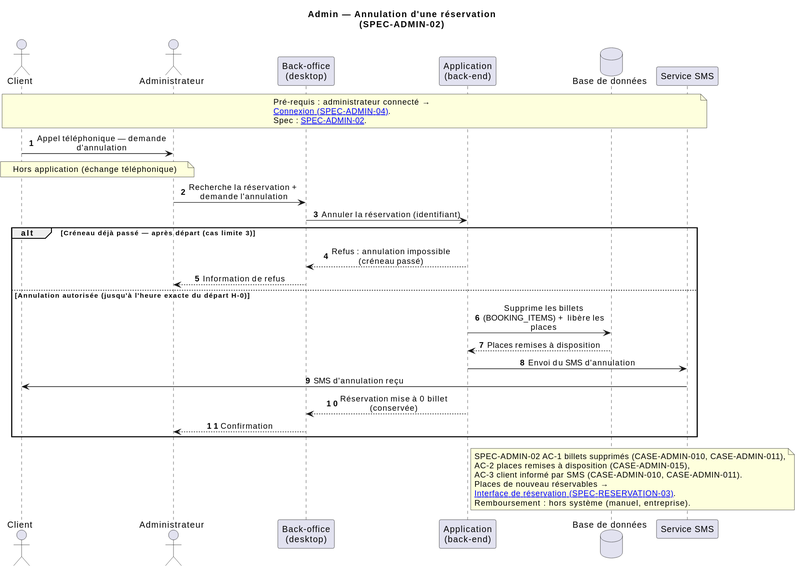
This is concept/uml/sequences/admin-annulation-reservation.svg from Pinguin211/Ti_Baleine, a PlantUML export, as it was before one commit. The source it was exported from:
```plantuml
@startuml
title Admin — Annulation d'une réservation\n(SPEC-ADMIN-02)

skinparam sequenceMessageAlign center
skinparam maxMessageSize 240
autonumber

actor "Client" as Client
actor "Administrateur" as Admin
participant "Back-office\n(desktop)" as BO
participant "Application\n(back-end)" as App
database "Base de données" as BDD
participant "Service SMS" as SMS

note over Client, SMS
  Pré-requis : administrateur connecté →
  [[admin-login.svg Connexion (SPEC-ADMIN-04)]].
  Spec : [[../../../specs/admin.md SPEC-ADMIN-02]].
end note

Client -> Admin : Appel téléphonique — demande d'annulation
note over Client, Admin : Hors application (échange téléphonique)
Admin -> BO : Recherche la réservation + demande l'annulation
BO -> App : Annuler la réservation (identifiant)
alt Créneau déjà passé — après départ (cas limite 3)
    App --> BO : Refus : annulation impossible (créneau passé)
    BO --> Admin : Information de refus
else Annulation autorisée (jusqu'à l'heure exacte du départ H-0)
    App -> BDD : Supprime les billets (BOOKING_ITEMS) + libère les places
    BDD --> App : Places remises à disposition
    App -> SMS : Envoi du SMS d'annulation
    SMS -> Client : SMS d'annulation reçu
    App --> BO : Réservation mise à 0 billet (conservée)
    BO --> Admin : Confirmation
end
note right of App
  SPEC-ADMIN-02 AC-1 billets supprimés (CASE-ADMIN-010, CASE-ADMIN-011),
  AC-2 places remises à disposition (CASE-ADMIN-015),
  AC-3 client informé par SMS (CASE-ADMIN-010, CASE-ADMIN-011).
  Places de nouveau réservables →
  [[reservation-1-consultation-a-paiement.svg Interface de réservation (SPEC-RESERVATION-03)]].
  Remboursement : hors système (manuel, entreprise).
end note
@enduml
```
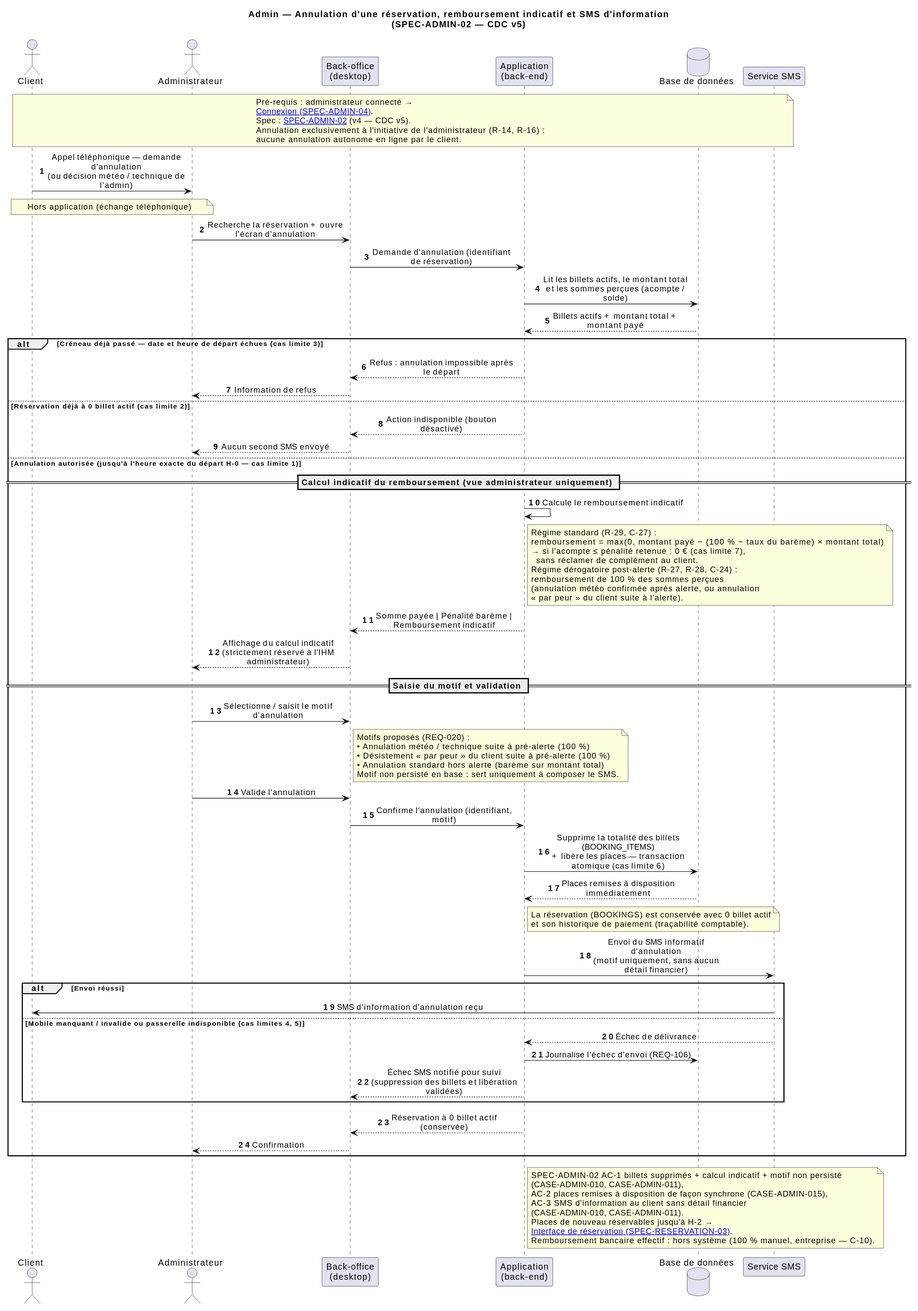
The same file after the commit.

The edit, as a diff of the source:
```diff
@@ -1,5 +1,5 @@
 @startuml
-title Admin — Annulation d'une réservation\n(SPEC-ADMIN-02)
+title Admin — Annulation d'une réservation, remboursement indicatif et SMS d'information\n(SPEC-ADMIN-02 — CDC v5)
 
 skinparam sequenceMessageAlign center
 skinparam maxMessageSize 240
@@ -15,30 +15,79 @@
 note over Client, SMS
   Pré-requis : administrateur connecté →
   [[admin-login.svg Connexion (SPEC-ADMIN-04)]].
-  Spec : [[../../../specs/admin.md SPEC-ADMIN-02]].
+  Spec : [[../../../specs/admin.md SPEC-ADMIN-02]] (v4 — CDC v5).
+  Annulation exclusivement à l'initiative de l'administrateur (R-14, R-16) :
+  aucune annulation autonome en ligne par le client.
 end note
 
-Client -> Admin : Appel téléphonique — demande d'annulation
+Client -> Admin : Appel téléphonique — demande d'annulation\n(ou décision météo / technique de l'admin)
 note over Client, Admin : Hors application (échange téléphonique)
-Admin -> BO : Recherche la réservation + demande l'annulation
-BO -> App : Annuler la réservation (identifiant)
-alt Créneau déjà passé — après départ (cas limite 3)
-    App --> BO : Refus : annulation impossible (créneau passé)
+Admin -> BO : Recherche la réservation + ouvre l'écran d'annulation
+BO -> App : Demande d'annulation (identifiant de réservation)
+App -> BDD : Lit les billets actifs, le montant total\net les sommes perçues (acompte / solde)
+BDD --> App : Billets actifs + montant total + montant payé
+
+alt Créneau déjà passé — date et heure de départ échues (cas limite 3)
+    App --> BO : Refus : annulation impossible après le départ
     BO --> Admin : Information de refus
-else Annulation autorisée (jusqu'à l'heure exacte du départ H-0)
-    App -> BDD : Supprime les billets (BOOKING_ITEMS) + libère les places
-    BDD --> App : Places remises à disposition
-    App -> SMS : Envoi du SMS d'annulation
-    SMS -> Client : SMS d'annulation reçu
-    App --> BO : Réservation mise à 0 billet (conservée)
+else Réservation déjà à 0 billet actif (cas limite 2)
+    App --> BO : Action indisponible (bouton désactivé)
+    BO --> Admin : Aucun second SMS envoyé
+else Annulation autorisée (jusqu'à l'heure exacte du départ H-0 — cas limite 1)
+
+    == Calcul indicatif du remboursement (vue administrateur uniquement) ==
+    App -> App : Calcule le remboursement indicatif
+    note right of App
+      Régime standard (R-29, C-27) :
+      remboursement = max(0, montant payé − (100 % − taux du barème) × montant total)
+      → si l'acompte ≤ pénalité retenue : 0 € (cas limite 7),
+        sans réclamer de complément au client.
+      Régime dérogatoire post-alerte (R-27, R-28, C-24) :
+      remboursement de 100 % des sommes perçues
+      (annulation météo confirmée après alerte, ou annulation
+      « par peur » du client suite à l'alerte).
+    end note
+    App --> BO : Somme payée | Pénalité barème | Remboursement indicatif
+    BO --> Admin : Affichage du calcul indicatif\n(strictement réservé à l'IHM administrateur)
+
+    == Saisie du motif et validation ==
+    Admin -> BO : Sélectionne / saisit le motif d'annulation
+    note right of BO
+      Motifs proposés (REQ-020) :
+      • Annulation météo / technique suite à pré-alerte (100 %)
+      • Désistement « par peur » du client suite à pré-alerte (100 %)
+      • Annulation standard hors alerte (barème sur montant total)
+      Motif non persisté en base : sert uniquement à composer le SMS.
+    end note
+    Admin -> BO : Valide l'annulation
+    BO -> App : Confirme l'annulation (identifiant, motif)
+    App -> BDD : Supprime la totalité des billets (BOOKING_ITEMS)\n+ libère les places — transaction atomique (cas limite 6)
+    BDD --> App : Places remises à disposition immédiatement
+    note right of App
+      La réservation (BOOKINGS) est conservée avec 0 billet actif
+      et son historique de paiement (traçabilité comptable).
+    end note
+
+    App -> SMS : Envoi du SMS informatif d'annulation\n(motif uniquement, sans aucun détail financier)
+    alt Envoi réussi
+        SMS -> Client : SMS d'information d'annulation reçu
+    else Mobile manquant / invalide ou passerelle indisponible (cas limites 4, 5)
+        SMS --> App : Échec de délivrance
+        App -> BDD : Journalise l'échec d'envoi (REQ-106)
+        App --> BO : Échec SMS notifié pour suivi\n(suppression des billets et libération validées)
+    end
+    App --> BO : Réservation à 0 billet actif (conservée)
     BO --> Admin : Confirmation
 end
+
 note right of App
-  SPEC-ADMIN-02 AC-1 billets supprimés (CASE-ADMIN-010, CASE-ADMIN-011),
-  AC-2 places remises à disposition (CASE-ADMIN-015),
-  AC-3 client informé par SMS (CASE-ADMIN-010, CASE-ADMIN-011).
-  Places de nouveau réservables →
+  SPEC-ADMIN-02 AC-1 billets supprimés + calcul indicatif + motif non persisté
+  (CASE-ADMIN-010, CASE-ADMIN-011),
+  AC-2 places remises à disposition de façon synchrone (CASE-ADMIN-015),
+  AC-3 SMS d'information au client sans détail financier
+  (CASE-ADMIN-010, CASE-ADMIN-011).
+  Places de nouveau réservables jusqu'à H-2 →
   [[reservation-1-consultation-a-paiement.svg Interface de réservation (SPEC-RESERVATION-03)]].
-  Remboursement : hors système (manuel, entreprise).
+  Remboursement bancaire effectif : hors système (100 % manuel, entreprise — C-10).
 end note
 @enduml
```
